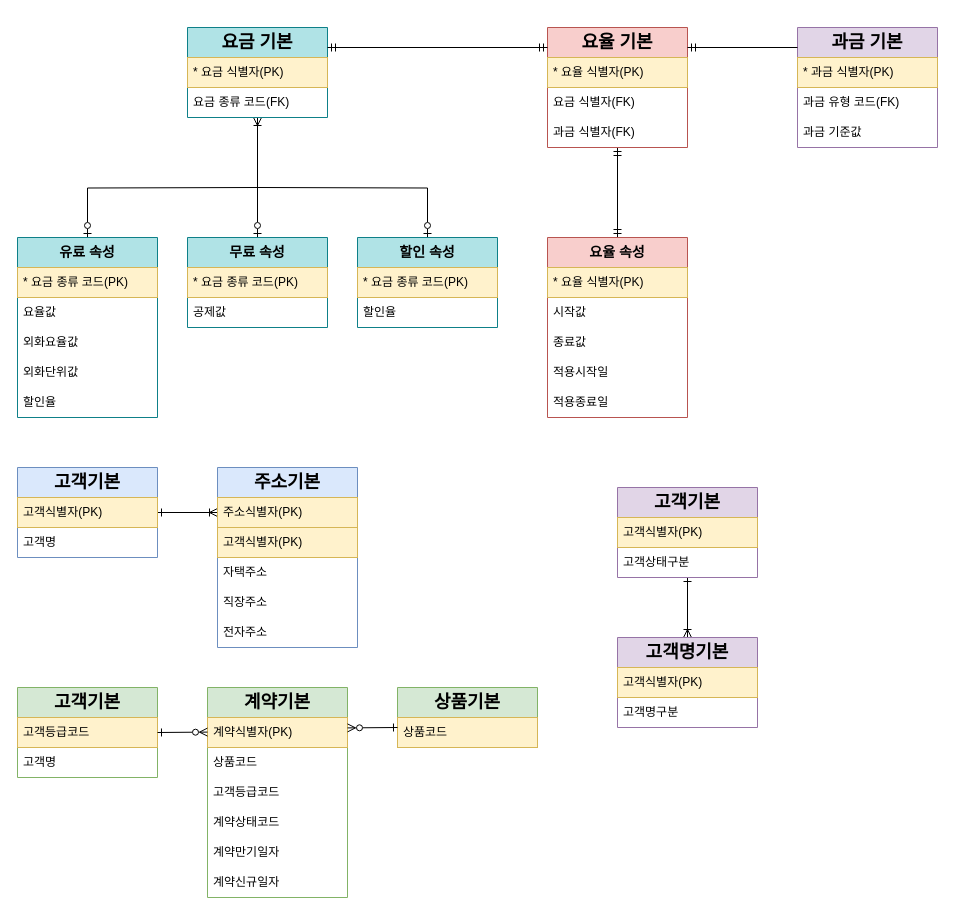
noheul1030/BWG keeps this draw.io diagram as 실습/데이터모델링실습2.drawio. Above is the earlier version. Source tidied: cells renumbered, new cells numbered last; positions are measured from the earlier drawing's top-left corner, leaving out a move shared by most shapes. Both pictures are drawn from the tidied source at 100%, with x=0, y=0 at pixel (17, 27).
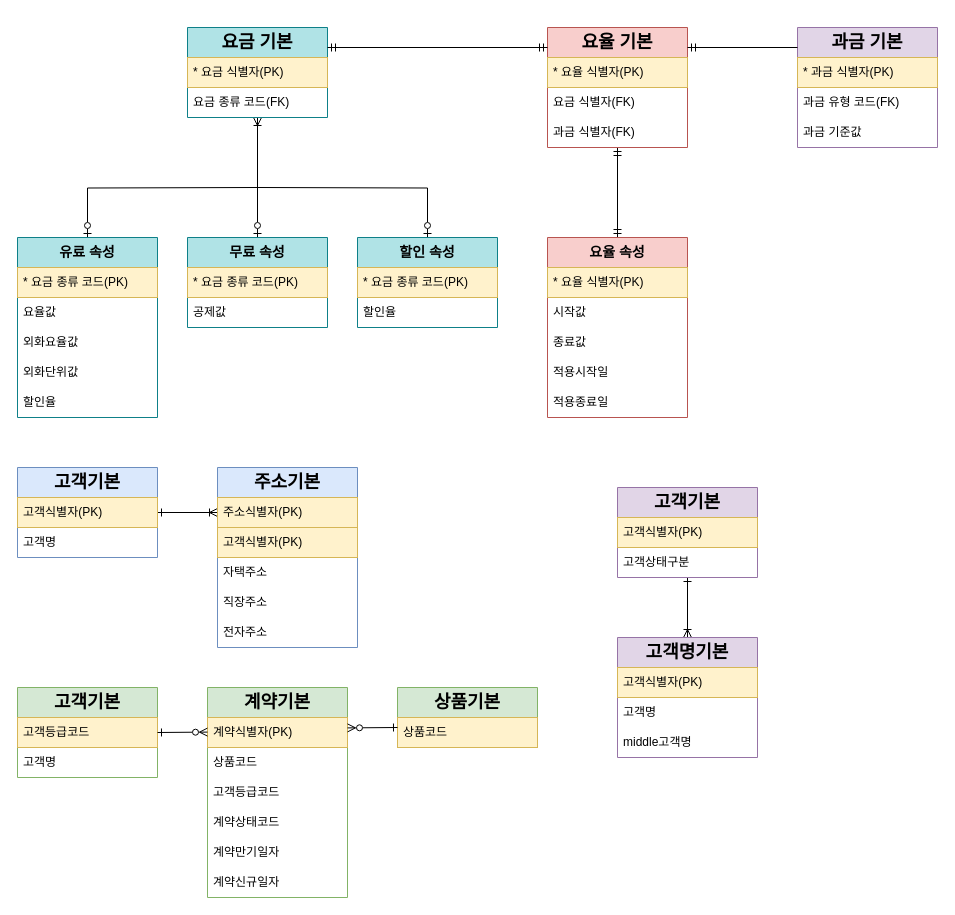
Above is the later version.

Commit message:
데이터모델링실습2.drawio 업데이트

Diff of the diagram source:
```diff
@@
     <mxCell id="62" value="&lt;h2&gt;고객명기본&lt;/h2&gt;" style="swimlane;fontStyle=0;horizontal=1;startSize=30;whiteSpace=wrap;html=1;fillColor=#e1d5e7;strokeColor=#9673a6;" parent="1" vertex="1">
-      <mxGeometry x="600" y="610" width="140" height="90" as="geometry" />
+      <mxGeometry x="600" y="610" width="140" height="120" as="geometry" />
     </mxCell>
@@
-    <mxCell id="64" value="고객명구분" style="text;strokeColor=none;fillColor=none;align=left;verticalAlign=middle;spacingLeft=4;spacingRight=4;overflow=hidden;whiteSpace=wrap;html=1;" parent="62" vertex="1">
-      <mxGeometry y="60" width="140" height="30" as="geometry" />
-    </mxCell>
+    <mxCell id="68" value="고객명" style="text;strokeColor=none;fillColor=none;align=left;verticalAlign=middle;spacingLeft=4;spacingRight=4;overflow=hidden;whiteSpace=wrap;html=1;" parent="62" vertex="1">
+      <mxGeometry y="60" width="140" height="30" as="geometry" />
+    </mxCell>
+    <mxCell id="69" value="middle고객명" style="text;strokeColor=none;fillColor=none;align=left;verticalAlign=middle;spacingLeft=4;spacingRight=4;overflow=hidden;whiteSpace=wrap;html=1;" parent="62" vertex="1">
+      <mxGeometry y="90" width="140" height="30" as="geometry" />
+    </mxCell>
```
